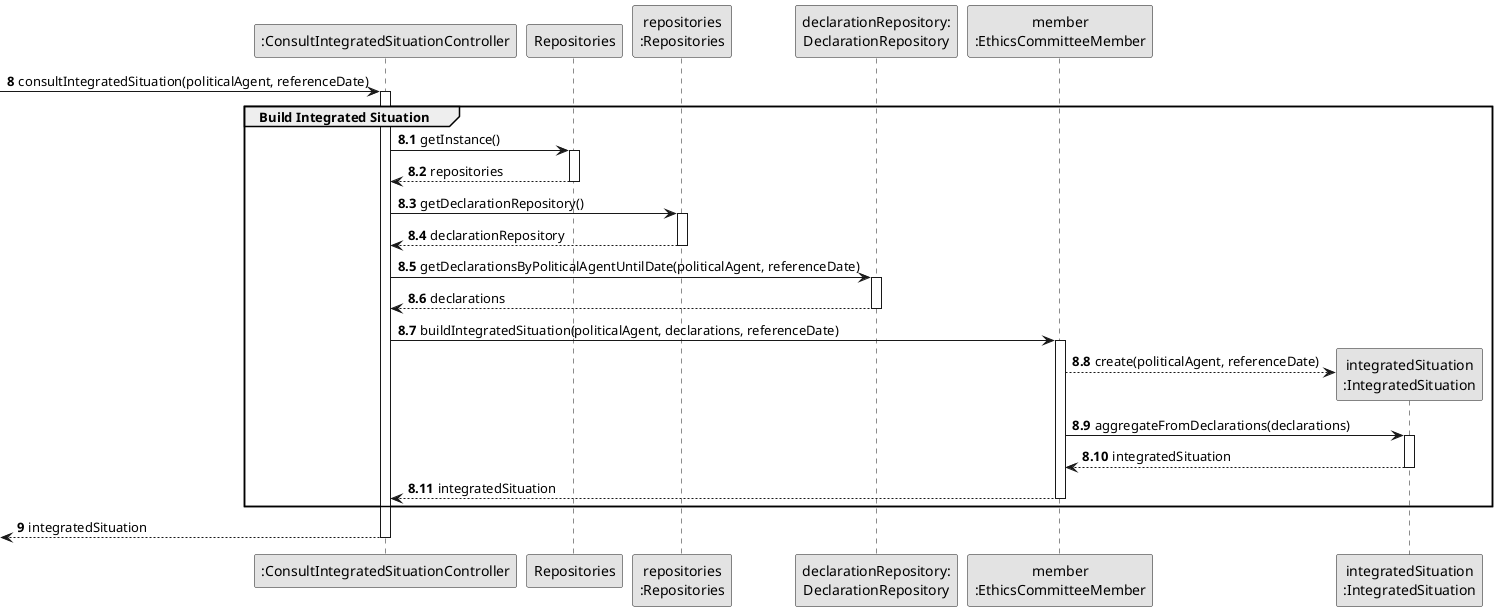
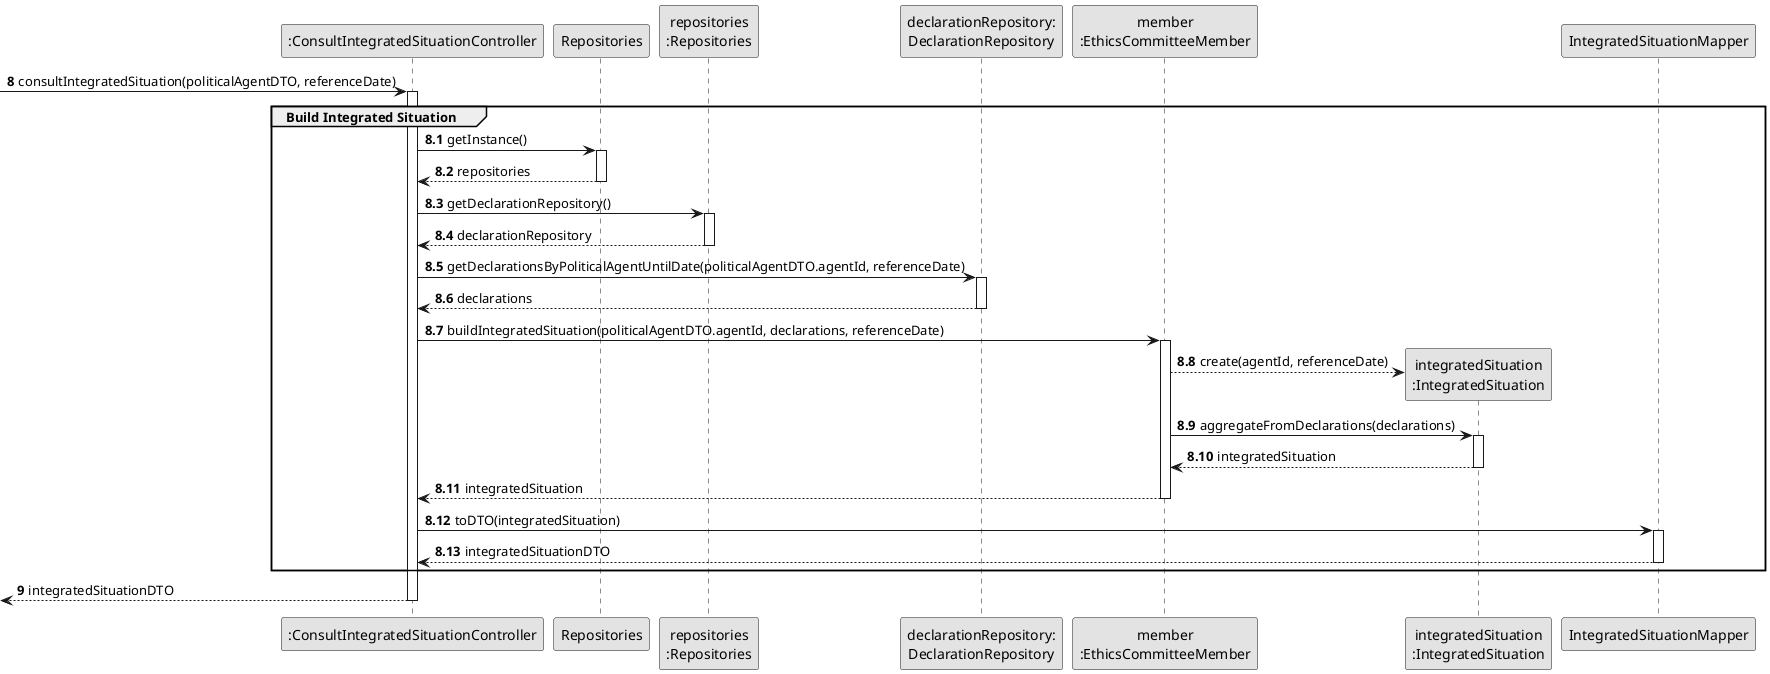
@startuml
skinparam monochrome true
skinparam packageStyle rectangle
skinparam shadowing false

participant ":ConsultIntegratedSituationController" as CTRL
participant "Repositories" as REPOS
participant "repositories\n:Repositories" as REPOS_SINGLETON
participant "declarationRepository:\nDeclarationRepository" as DECL_REPO
participant "member\n:EthicsCommitteeMember" as MEMBER
participant "integratedSituation\n:IntegratedSituation" as INTEGRATED_SITUATION
+ participant "IntegratedSituationMapper" as INTEG_MAPPER

autonumber 8
- -> CTRL : consultIntegratedSituation(politicalAgent, referenceDate)
+ -> CTRL : consultIntegratedSituation(politicalAgentDTO, referenceDate)

autonumber 8.1
activate CTRL
    group Build Integrated Situation

        CTRL -> REPOS : getInstance()
        activate REPOS
            REPOS --> CTRL : repositories
        deactivate REPOS

        CTRL -> REPOS_SINGLETON : getDeclarationRepository()
        activate REPOS_SINGLETON
            REPOS_SINGLETON --> CTRL : declarationRepository
        deactivate REPOS_SINGLETON

-         CTRL -> DECL_REPO : getDeclarationsByPoliticalAgentUntilDate(politicalAgent, referenceDate)
+         CTRL -> DECL_REPO : getDeclarationsByPoliticalAgentUntilDate(politicalAgentDTO.agentId, referenceDate)
        activate DECL_REPO
            DECL_REPO --> CTRL : declarations
        deactivate DECL_REPO

-         CTRL -> MEMBER : buildIntegratedSituation(politicalAgent, declarations, referenceDate)
+         CTRL -> MEMBER : buildIntegratedSituation(politicalAgentDTO.agentId, declarations, referenceDate)
        activate MEMBER
-             MEMBER --> INTEGRATED_SITUATION** : create(politicalAgent, referenceDate)
+             MEMBER --> INTEGRATED_SITUATION** : create(agentId, referenceDate)
            MEMBER -> INTEGRATED_SITUATION : aggregateFromDeclarations(declarations)
            activate INTEGRATED_SITUATION
                INTEGRATED_SITUATION --> MEMBER : integratedSituation
            deactivate INTEGRATED_SITUATION

            MEMBER --> CTRL : integratedSituation
        deactivate MEMBER

+         CTRL -> INTEG_MAPPER : toDTO(integratedSituation)
+         activate INTEG_MAPPER
+             INTEG_MAPPER --> CTRL : integratedSituationDTO
+         deactivate INTEG_MAPPER
+ 
    end
    autonumber 9
-     <-- CTRL : integratedSituation
+     <-- CTRL : integratedSituationDTO
deactivate CTRL

- @enduml+ @enduml
